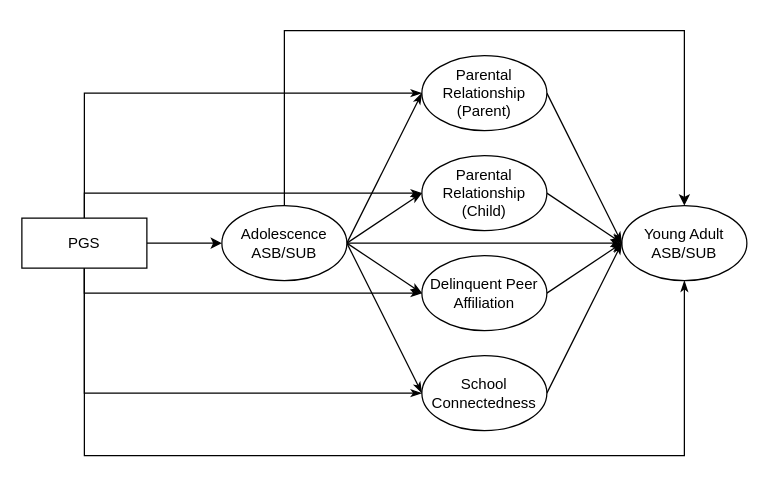
This is path_model.drawio from lichendong/2024_within_fam_rge, a draw.io file, before an edit. Source tidied: cells renumbered, new cells numbered last; positions are measured from the earlier drawing's top-left corner, leaving out a move shared by most shapes. Both pictures are drawn from the tidied source at 125%, with x=0, y=0 at pixel (21, 30).
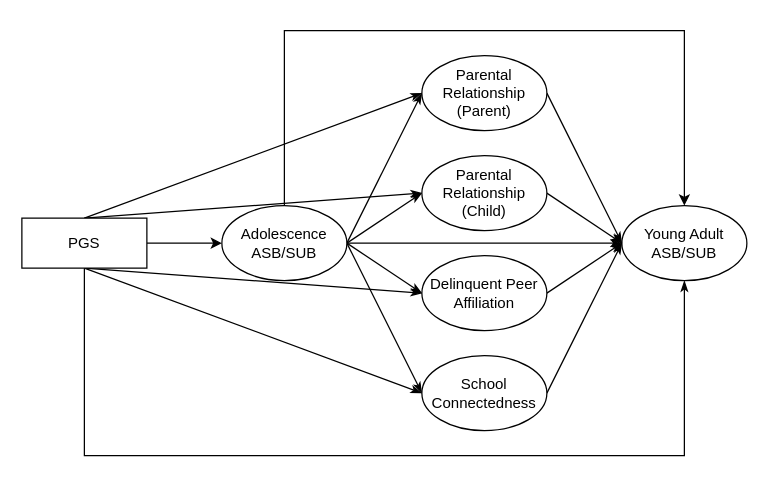
Above is the later version.

Unchanged cells that the change refers to:
```xml
<mxCell id="8" value="PGS" style="whiteSpace=wrap;html=1;" parent="1" vertex="1">
  <mxGeometry y="150" width="100" height="40" as="geometry" />
</mxCell>
<mxCell id="10" value="Parental Relationship&lt;div&gt;(Parent)&lt;/div&gt;" style="ellipse;whiteSpace=wrap;html=1;" parent="1" vertex="1">
  <mxGeometry x="320" y="20" width="100" height="60" as="geometry" />
</mxCell>
<mxCell id="20" value="Delinquent Peer Affiliation" style="ellipse;whiteSpace=wrap;html=1;" parent="1" vertex="1">
  <mxGeometry x="320" y="180" width="100" height="60" as="geometry" />
</mxCell>
<mxCell id="22" value="School Connectedness" style="ellipse;whiteSpace=wrap;html=1;" parent="1" vertex="1">
  <mxGeometry x="320" y="260" width="100" height="60" as="geometry" />
</mxCell>
<mxCell id="24" value="Parental Relationship&lt;div&gt;(Child&lt;span style=&quot;background-color: initial;&quot;&gt;)&lt;/span&gt;&lt;/div&gt;" style="ellipse;whiteSpace=wrap;html=1;" parent="1" vertex="1">
  <mxGeometry x="320" y="100" width="100" height="60" as="geometry" />
</mxCell>
```

Diff of the diagram source:
```diff
@@
-    <mxCell id="3" style="edgeStyle=orthogonalEdgeStyle;rounded=0;jettySize=auto;html=1;exitX=0.5;exitY=0;exitDx=0;exitDy=0;entryX=0;entryY=0.5;entryDx=0;entryDy=0;elbow=vertical;endArrow=classicThin;endFill=1;" parent="1" edge="1" source="8" target="10">
+    <mxCell id="3" style="rounded=0;jettySize=auto;html=1;exitX=0.5;exitY=0;exitDx=0;exitDy=0;entryX=0;entryY=0.5;entryDx=0;entryDy=0;elbow=vertical;endArrow=classicThin;endFill=1;" parent="1" edge="1" source="8" target="10">
       <mxGeometry relative="1" as="geometry" />
     </mxCell>
-    <mxCell id="4" style="edgeStyle=orthogonalEdgeStyle;rounded=0;jettySize=auto;html=1;exitX=0.5;exitY=1;exitDx=0;exitDy=0;entryX=0;entryY=0.5;entryDx=0;entryDy=0;elbow=vertical;endArrow=classicThin;endFill=1;" parent="1" edge="1" source="8" target="22">
+    <mxCell id="4" style="rounded=0;jettySize=auto;html=1;exitX=0.5;exitY=1;exitDx=0;exitDy=0;entryX=0;entryY=0.5;entryDx=0;entryDy=0;elbow=vertical;endArrow=classicThin;endFill=1;" parent="1" edge="1" source="8" target="22">
       <mxGeometry relative="1" as="geometry" />
     </mxCell>
-    <mxCell id="5" style="edgeStyle=orthogonalEdgeStyle;rounded=0;jettySize=auto;html=1;exitX=0.5;exitY=1;exitDx=0;exitDy=0;entryX=0;entryY=0.5;entryDx=0;entryDy=0;elbow=vertical;endArrow=classicThin;endFill=1;" parent="1" edge="1" source="8" target="20">
+    <mxCell id="5" style="rounded=0;jettySize=auto;html=1;exitX=0.5;exitY=1;exitDx=0;exitDy=0;entryX=0;entryY=0.5;entryDx=0;entryDy=0;elbow=vertical;endArrow=classicThin;endFill=1;" parent="1" edge="1" source="8" target="20">
       <mxGeometry relative="1" as="geometry" />
     </mxCell>
-    <mxCell id="6" style="edgeStyle=orthogonalEdgeStyle;rounded=0;jettySize=auto;html=1;exitX=0.5;exitY=0;exitDx=0;exitDy=0;entryX=0;entryY=0.5;entryDx=0;entryDy=0;elbow=vertical;endArrow=classicThin;endFill=1;" parent="1" edge="1" source="8" target="24">
+    <mxCell id="6" style="rounded=0;jettySize=auto;html=1;exitX=0.5;exitY=0;exitDx=0;exitDy=0;entryX=0;entryY=0.5;entryDx=0;entryDy=0;elbow=vertical;endArrow=classicThin;endFill=1;" parent="1" edge="1" source="8" target="24">
       <mxGeometry relative="1" as="geometry" />
     </mxCell>
```
